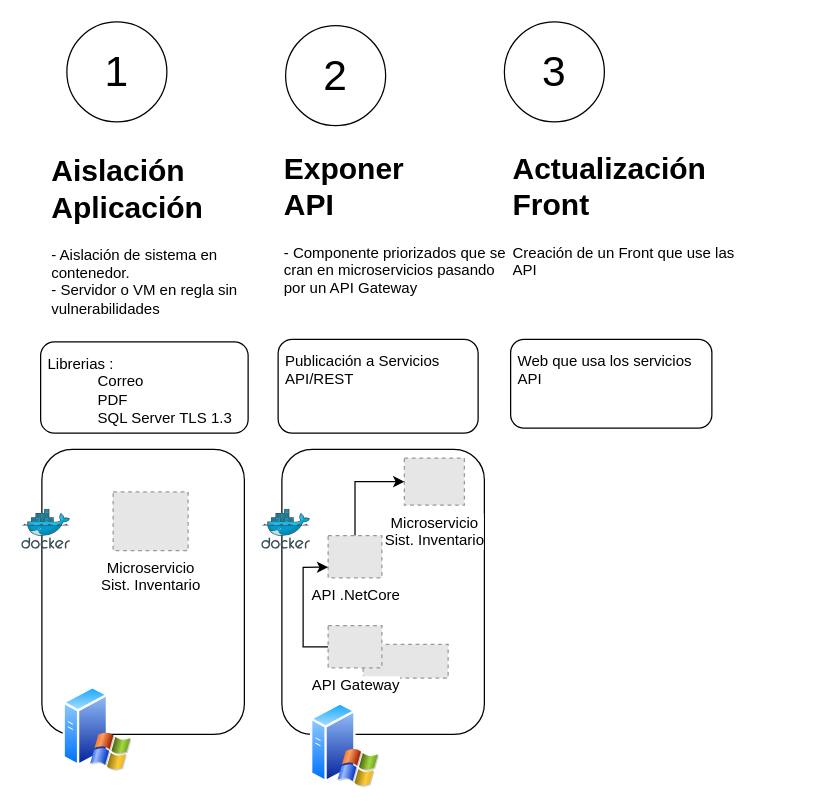
Before: proyectos/BizGroup/IsapreCodelco/Sist. Interconsultas/BizGroup-IsapreCodelco-InterConsultasMédicas.drawio in cohgit/architecture, a draw.io diagram. Source tidied: cells renumbered, new cells numbered last; positions are measured from the earlier drawing's top-left corner, leaving out a move shared by most shapes. Both pictures are drawn from the tidied source at 125%, with x=0, y=0 at pixel (21, 21). Pictures stored in the file or linked from it are replaced by grey dashed boxes.
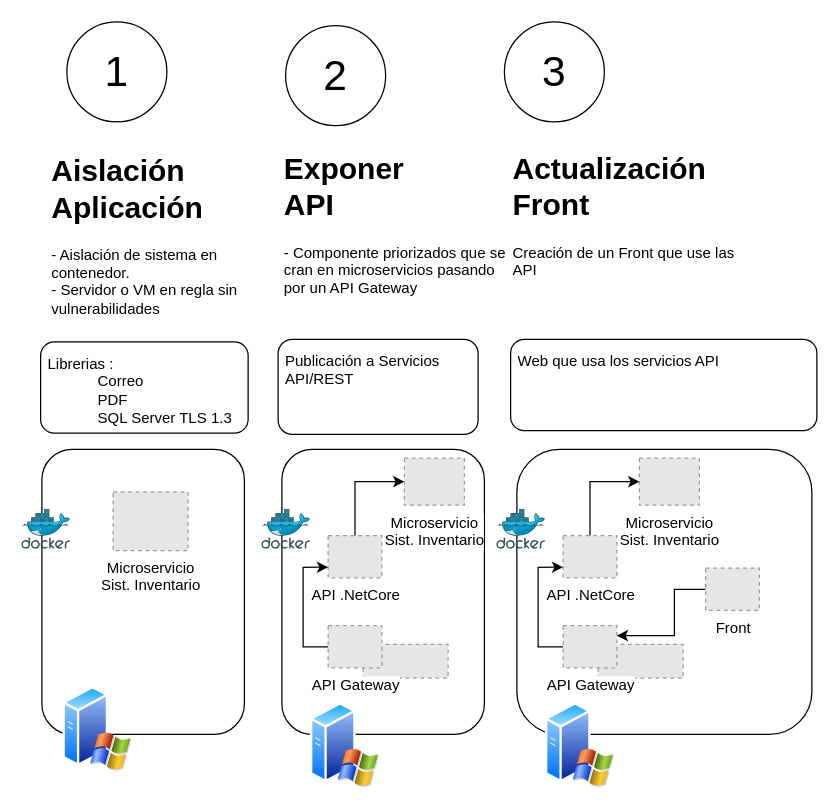
After the change.

What changed in the source:
```diff
@@
     <mxCell id="10" value="Publicación a Servicios API/REST" style="rounded=1;whiteSpace=wrap;html=1;align=left;spacingTop=4;spacingLeft=4;verticalAlign=top;" parent="1" vertex="1">
-      <mxGeometry x="205" y="254" width="160" height="75" as="geometry" />
+      <mxGeometry x="205" y="254" width="160" height="76" as="geometry" />
     </mxCell>
     <mxCell id="11" value="Web que usa los servicios API" style="rounded=1;whiteSpace=wrap;html=1;align=left;spacingTop=4;spacingLeft=4;verticalAlign=top;" parent="1" vertex="1">
-      <mxGeometry x="391" y="254" width="161" height="71" as="geometry" />
+      <mxGeometry x="391" y="254" width="245" height="73" as="geometry" />
     </mxCell>
@@
+    <mxCell id="24" style="rounded=1;whiteSpace=wrap;html=1;" parent="1" vertex="1">
+      <mxGeometry x="396" y="342" width="236" height="228" as="geometry" />
+    </mxCell>
+    <mxCell id="25" style="image;perimeter=ellipsePerimeter;html=1;align=center;shadow=0;dashed=0;spacingTop=3;image=img/lib/active_directory/windows_server_2.svg;" parent="1" vertex="1">
+      <mxGeometry x="419" y="544" width="55.2" height="69" as="geometry" />
+    </mxCell>
+    <mxCell id="26" style="image;sketch=0;html=1;align=center;fontSize=12;image=img/lib/mscae/Docker.svg;" parent="1" vertex="1">
+      <mxGeometry x="380" y="390" width="39" height="32" as="geometry" />
+    </mxCell>
+    <mxCell id="27" value="Microservicio&lt;br&gt;Sist. Inventario" style="fillColor=#E6E6E6;strokeColor=#999999;dashed=1;html=1;verticalAlign=top;verticalLabelPosition=bottom;labelBackgroundColor=#ffffff;" parent="1" vertex="1">
+      <mxGeometry x="494" y="349" width="48" height="37.6" as="geometry" />
+    </mxCell>
+    <mxCell id="28" style="edgeStyle=orthogonalEdgeStyle;rounded=0;jettySize=auto;html=1;entryX=0;entryY=0.5;entryDx=0;entryDy=0;" parent="1" edge="1" source="29" target="27">
+      <mxGeometry relative="1" as="geometry">
+        <Array as="points">
+          <mxPoint x="455" y="368" />
+        </Array>
+      </mxGeometry>
+    </mxCell>
+    <mxCell id="29" value="API .NetCore" style="fillColor=#E6E6E6;strokeColor=#999999;dashed=1;html=1;verticalAlign=top;verticalLabelPosition=bottom;labelBackgroundColor=#ffffff;" parent="1" vertex="1">
+      <mxGeometry x="433" y="411" width="43" height="33.7" as="geometry" />
+    </mxCell>
+    <mxCell id="30" style="fillColor=#E6E6E6;strokeColor=#999999;dashed=1;verticalLabelPosition=bottom;labelBackgroundColor=default;verticalAlign=top;" parent="1" vertex="1">
+      <mxGeometry x="461" y="498" width="68" height="26.9" as="geometry" />
+    </mxCell>
+    <mxCell id="31" style="edgeStyle=orthogonalEdgeStyle;rounded=0;jettySize=auto;html=1;entryX=0;entryY=0.75;entryDx=0;entryDy=0;" parent="1" edge="1" source="32" target="29">
+      <mxGeometry relative="1" as="geometry">
+        <Array as="points">
+          <mxPoint x="413" y="500" />
+          <mxPoint x="413" y="436" />
+        </Array>
+      </mxGeometry>
+    </mxCell>
+    <mxCell id="32" value="API Gateway" style="fillColor=#E6E6E6;strokeColor=#999999;dashed=1;html=1;verticalAlign=top;verticalLabelPosition=bottom;labelBackgroundColor=#ffffff;" parent="1" vertex="1">
+      <mxGeometry x="433" y="483" width="43" height="33.7" as="geometry" />
+    </mxCell>
+    <mxCell id="33" style="edgeStyle=orthogonalEdgeStyle;rounded=0;jettySize=auto;html=1;" parent="1" edge="1" source="34" target="32">
+      <mxGeometry relative="1" as="geometry">
+        <Array as="points">
+          <mxPoint x="522" y="454" />
+          <mxPoint x="522" y="491" />
+        </Array>
+      </mxGeometry>
+    </mxCell>
+    <mxCell id="34" value="Front" style="fillColor=#E6E6E6;strokeColor=#999999;dashed=1;html=1;verticalAlign=top;verticalLabelPosition=bottom;labelBackgroundColor=#ffffff;" parent="1" vertex="1">
+      <mxGeometry x="547" y="437" width="43" height="33.7" as="geometry" />
+    </mxCell>
```
